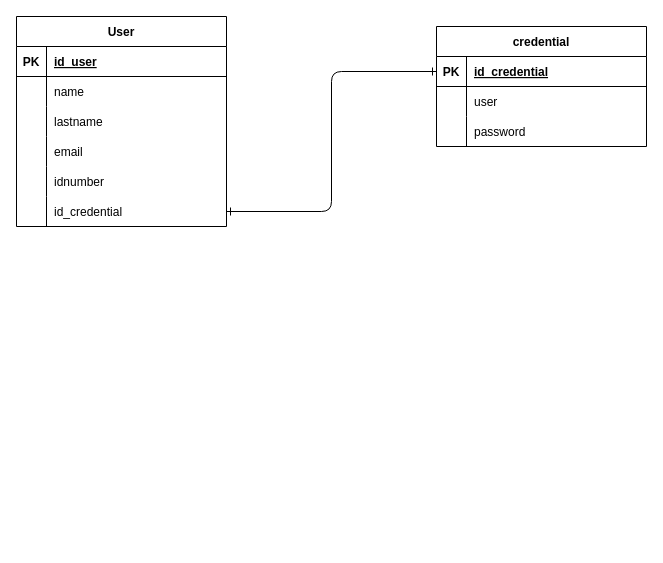
Earlier version of the draw.io diagram M7/AE5/ejemplo/modelo-eer.drawio (Phreniac/js-full-stack-trainee). Source tidied: cells renumbered, new cells numbered last; positions are measured from the earlier drawing's top-left corner, leaving out a move shared by most shapes. Both pictures are drawn from the tidied source at 100%, with x=0, y=0 at pixel (16, 16).
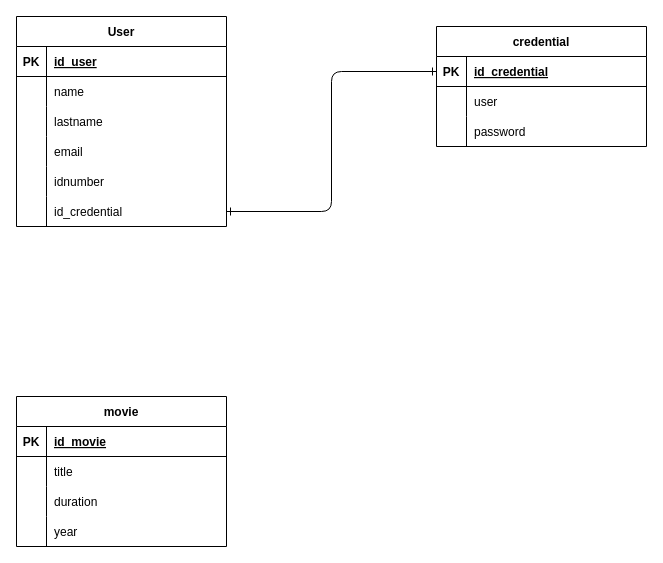
After the change.

Commit message (it also covers changes not shown here):
sequelize ejercicio grupal

What changed in the source:
```diff
@@
+    <mxCell id="32" value="movie" style="shape=table;startSize=30;childLayout=tableLayout;rowLines=0;fontStyle=1;align=center;" parent="1" vertex="1">
+      <mxGeometry y="380" width="210" height="150" as="geometry" />
+    </mxCell>
+    <mxCell id="33" style="shape=tableRow;horizontal=0;startSize=0;swimlaneHead=0;swimlaneBody=0;fillColor=none;top=0;left=0;right=0;bottom=1;" parent="32" vertex="1">
+      <mxGeometry y="30" width="210" height="30" as="geometry" />
+    </mxCell>
+    <mxCell id="34" value="PK" style="shape=partialRectangle;fillColor=none;top=0;left=0;bottom=0;right=0;fontStyle=1;overflow=hidden;" parent="33" vertex="1">
+      <mxGeometry width="30" height="30" as="geometry" />
+    </mxCell>
+    <mxCell id="35" value="id_movie" style="shape=partialRectangle;fillColor=none;top=0;left=0;bottom=0;right=0;align=left;spacingLeft=6;fontStyle=5;overflow=hidden;" parent="33" vertex="1">
+      <mxGeometry x="30" width="180" height="30" as="geometry" />
+    </mxCell>
+    <mxCell id="36" style="shape=tableRow;horizontal=0;startSize=0;swimlaneHead=0;swimlaneBody=0;fillColor=none;top=0;left=0;right=0;bottom=0;" parent="32" vertex="1">
+      <mxGeometry y="60" width="210" height="30" as="geometry" />
+    </mxCell>
+    <mxCell id="37" style="shape=partialRectangle;fillColor=none;top=0;left=0;bottom=0;right=0;overflow=hidden;" parent="36" vertex="1">
+      <mxGeometry width="30" height="30" as="geometry" />
+    </mxCell>
+    <mxCell id="38" value="title" style="shape=partialRectangle;fillColor=none;top=0;left=0;bottom=0;right=0;align=left;spacingLeft=6;overflow=hidden;" parent="36" vertex="1">
+      <mxGeometry x="30" width="180" height="30" as="geometry" />
+    </mxCell>
+    <mxCell id="39" style="shape=tableRow;horizontal=0;startSize=0;swimlaneHead=0;swimlaneBody=0;fillColor=none;top=0;left=0;right=0;bottom=0;" parent="32" vertex="1">
+      <mxGeometry y="90" width="210" height="30" as="geometry" />
+    </mxCell>
+    <mxCell id="40" style="shape=partialRectangle;fillColor=none;top=0;left=0;bottom=0;right=0;overflow=hidden;" parent="39" vertex="1">
+      <mxGeometry width="30" height="30" as="geometry" />
+    </mxCell>
+    <mxCell id="41" value="duration" style="shape=partialRectangle;fillColor=none;top=0;left=0;bottom=0;right=0;align=left;spacingLeft=6;overflow=hidden;" parent="39" vertex="1">
+      <mxGeometry x="30" width="180" height="30" as="geometry" />
+    </mxCell>
+    <mxCell id="42" style="shape=tableRow;horizontal=0;startSize=0;swimlaneHead=0;swimlaneBody=0;fillColor=none;top=0;left=0;right=0;bottom=0;" parent="32" vertex="1">
+      <mxGeometry y="120" width="210" height="30" as="geometry" />
+    </mxCell>
+    <mxCell id="43" style="shape=partialRectangle;fillColor=none;top=0;left=0;bottom=0;right=0;overflow=hidden;" parent="42" vertex="1">
+      <mxGeometry width="30" height="30" as="geometry" />
+    </mxCell>
+    <mxCell id="44" value="year" style="shape=partialRectangle;fillColor=none;top=0;left=0;bottom=0;right=0;align=left;spacingLeft=6;overflow=hidden;" parent="42" vertex="1">
+      <mxGeometry x="30" width="180" height="30" as="geometry" />
+    </mxCell>
```
